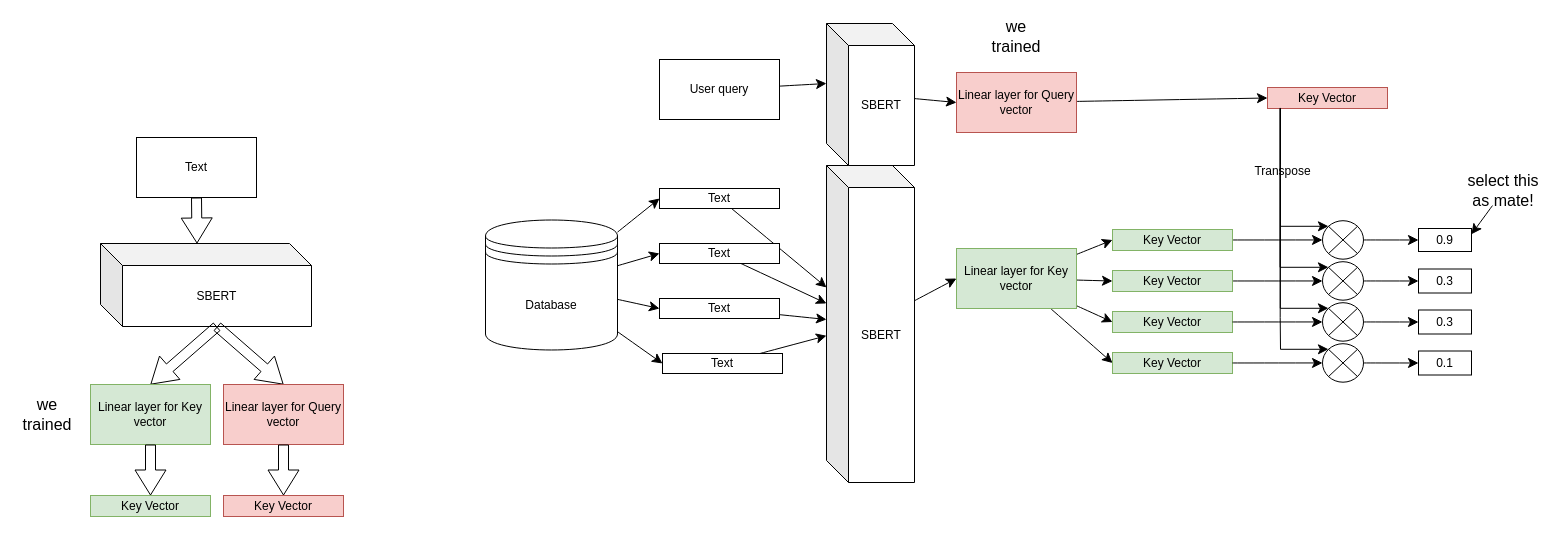
This is emerging_topics/complementary_SBERT.drawio from turswiming/drawio_file, a draw.io file, before an edit. Source tidied: cells renumbered, new cells numbered last; positions are measured from the earlier drawing's top-left corner, leaving out a move shared by most shapes. Both pictures are drawn from the tidied source at 100%, with x=0, y=0 at pixel (17, 21).
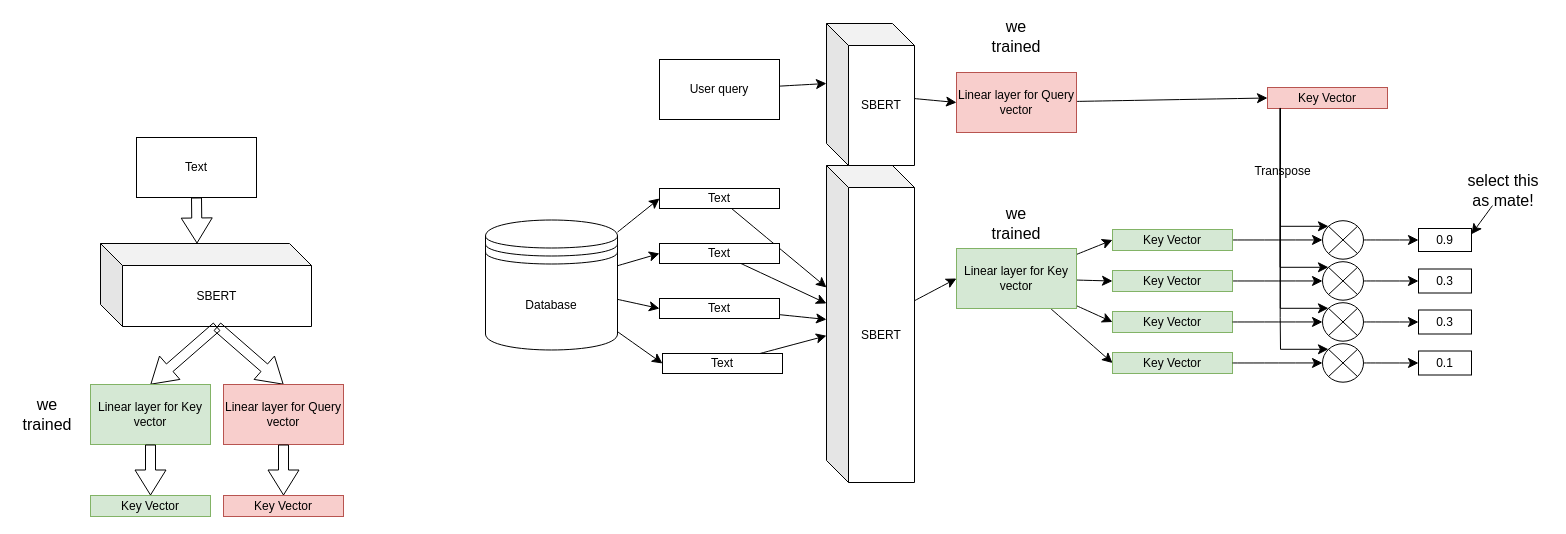
The same diagram, later.

What changed in the source:
```diff
@@
+    <mxCell id="69" value="we trained" style="text;html=1;align=center;verticalAlign=middle;whiteSpace=wrap;rounded=0;fontSize=16;" parent="1" vertex="1">
+      <mxGeometry x="969" y="187" width="60" height="30" as="geometry" />
+    </mxCell>
```
